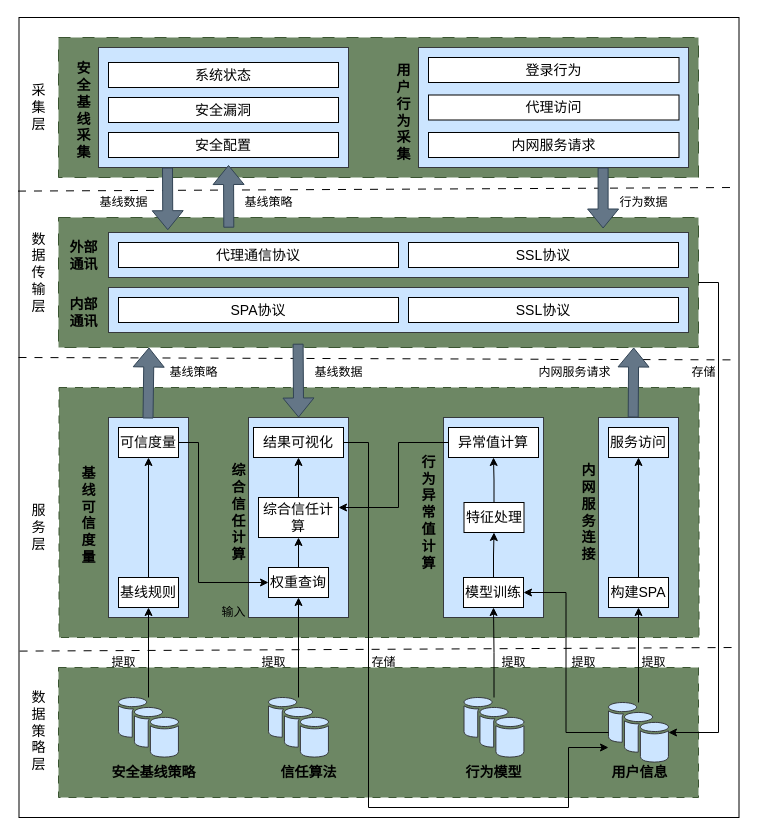
Above: testDirectory/零信任可信接入系统架构图.drawio in Moose1273/- (draw.io), before the change. Source tidied: cells renumbered, new cells numbered last; positions are measured from the earlier drawing's top-left corner, leaving out a move shared by most shapes. Both pictures are drawn from the tidied source at 100%, with x=0, y=0 at pixel (18, 17).
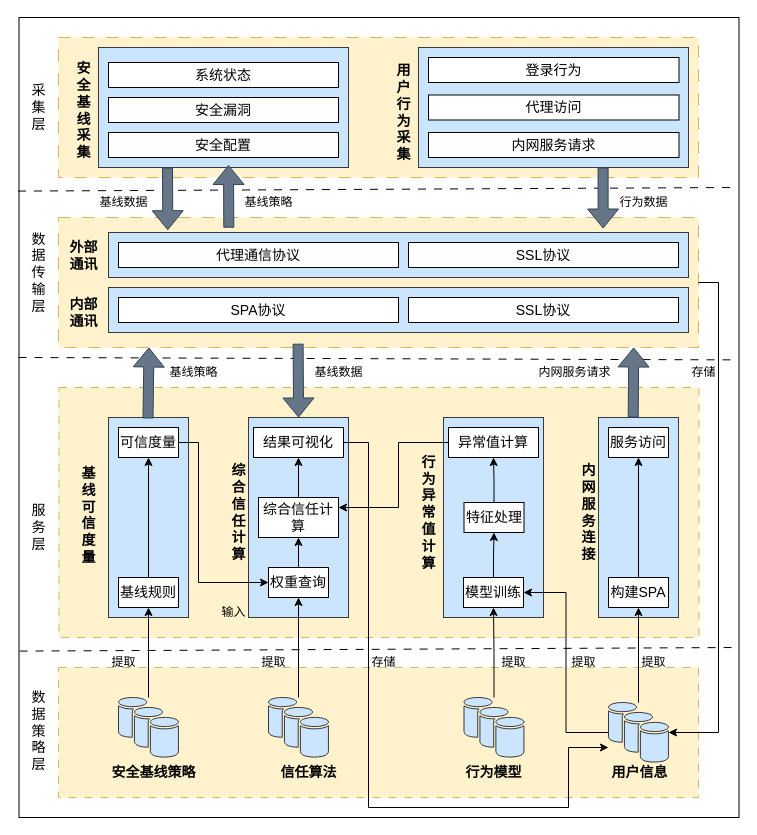
Above is the later version.

Commit message:
更新零信任可信接入系统架构图.drawio

Change to the diagram source:
```diff
@@
-    <mxCell id="3" style="rounded=0;whiteSpace=wrap;html=1;fillColor=#6d8764;strokeColor=#3A5431;fontColor=#ffffff;dashed=1;dashPattern=12 12;" parent="1" vertex="1">
+    <mxCell id="3" style="rounded=0;whiteSpace=wrap;html=1;fillColor=#fff2cc;strokeColor=#d6b656;dashed=1;dashPattern=12 12;" parent="1" vertex="1">
       <mxGeometry x="40" y="200" width="640" height="130" as="geometry" />
     </mxCell>
@@
-    <mxCell id="6" style="rounded=0;whiteSpace=wrap;html=1;fillColor=#6d8764;strokeColor=#3A5431;fontColor=#ffffff;dashed=1;fontSize=14;dashPattern=12 12;" parent="1" vertex="1">
+    <mxCell id="6" style="rounded=0;whiteSpace=wrap;html=1;fillColor=#fff2cc;strokeColor=#d6b656;dashed=1;fontSize=14;dashPattern=12 12;" parent="1" vertex="1">
       <mxGeometry x="40" y="20" width="640" height="140" as="geometry" />
     </mxCell>
-    <mxCell id="7" style="rounded=0;whiteSpace=wrap;html=1;fillColor=#6d8764;strokeColor=#3A5431;fontColor=#ffffff;dashed=1;dashPattern=8 8;fontSize=14;" parent="1" vertex="1">
+    <mxCell id="7" style="rounded=0;whiteSpace=wrap;html=1;fillColor=#fff2cc;strokeColor=#d6b656;dashed=1;dashPattern=8 8;fontSize=14;" parent="1" vertex="1">
       <mxGeometry x="40.5" y="370" width="640" height="250" as="geometry" />
     </mxCell>
-    <mxCell id="8" style="rounded=0;whiteSpace=wrap;html=1;fillColor=#6d8764;strokeColor=#3A5431;fontColor=#ffffff;dashed=1;dashPattern=8 8;fontSize=14;" parent="1" vertex="1">
+    <mxCell id="8" style="rounded=0;whiteSpace=wrap;html=1;fillColor=#fff2cc;strokeColor=#d6b656;dashed=1;dashPattern=8 8;fontSize=14;" parent="1" vertex="1">
       <mxGeometry x="40" y="650" width="640" height="130" as="geometry" />
     </mxCell>
```
